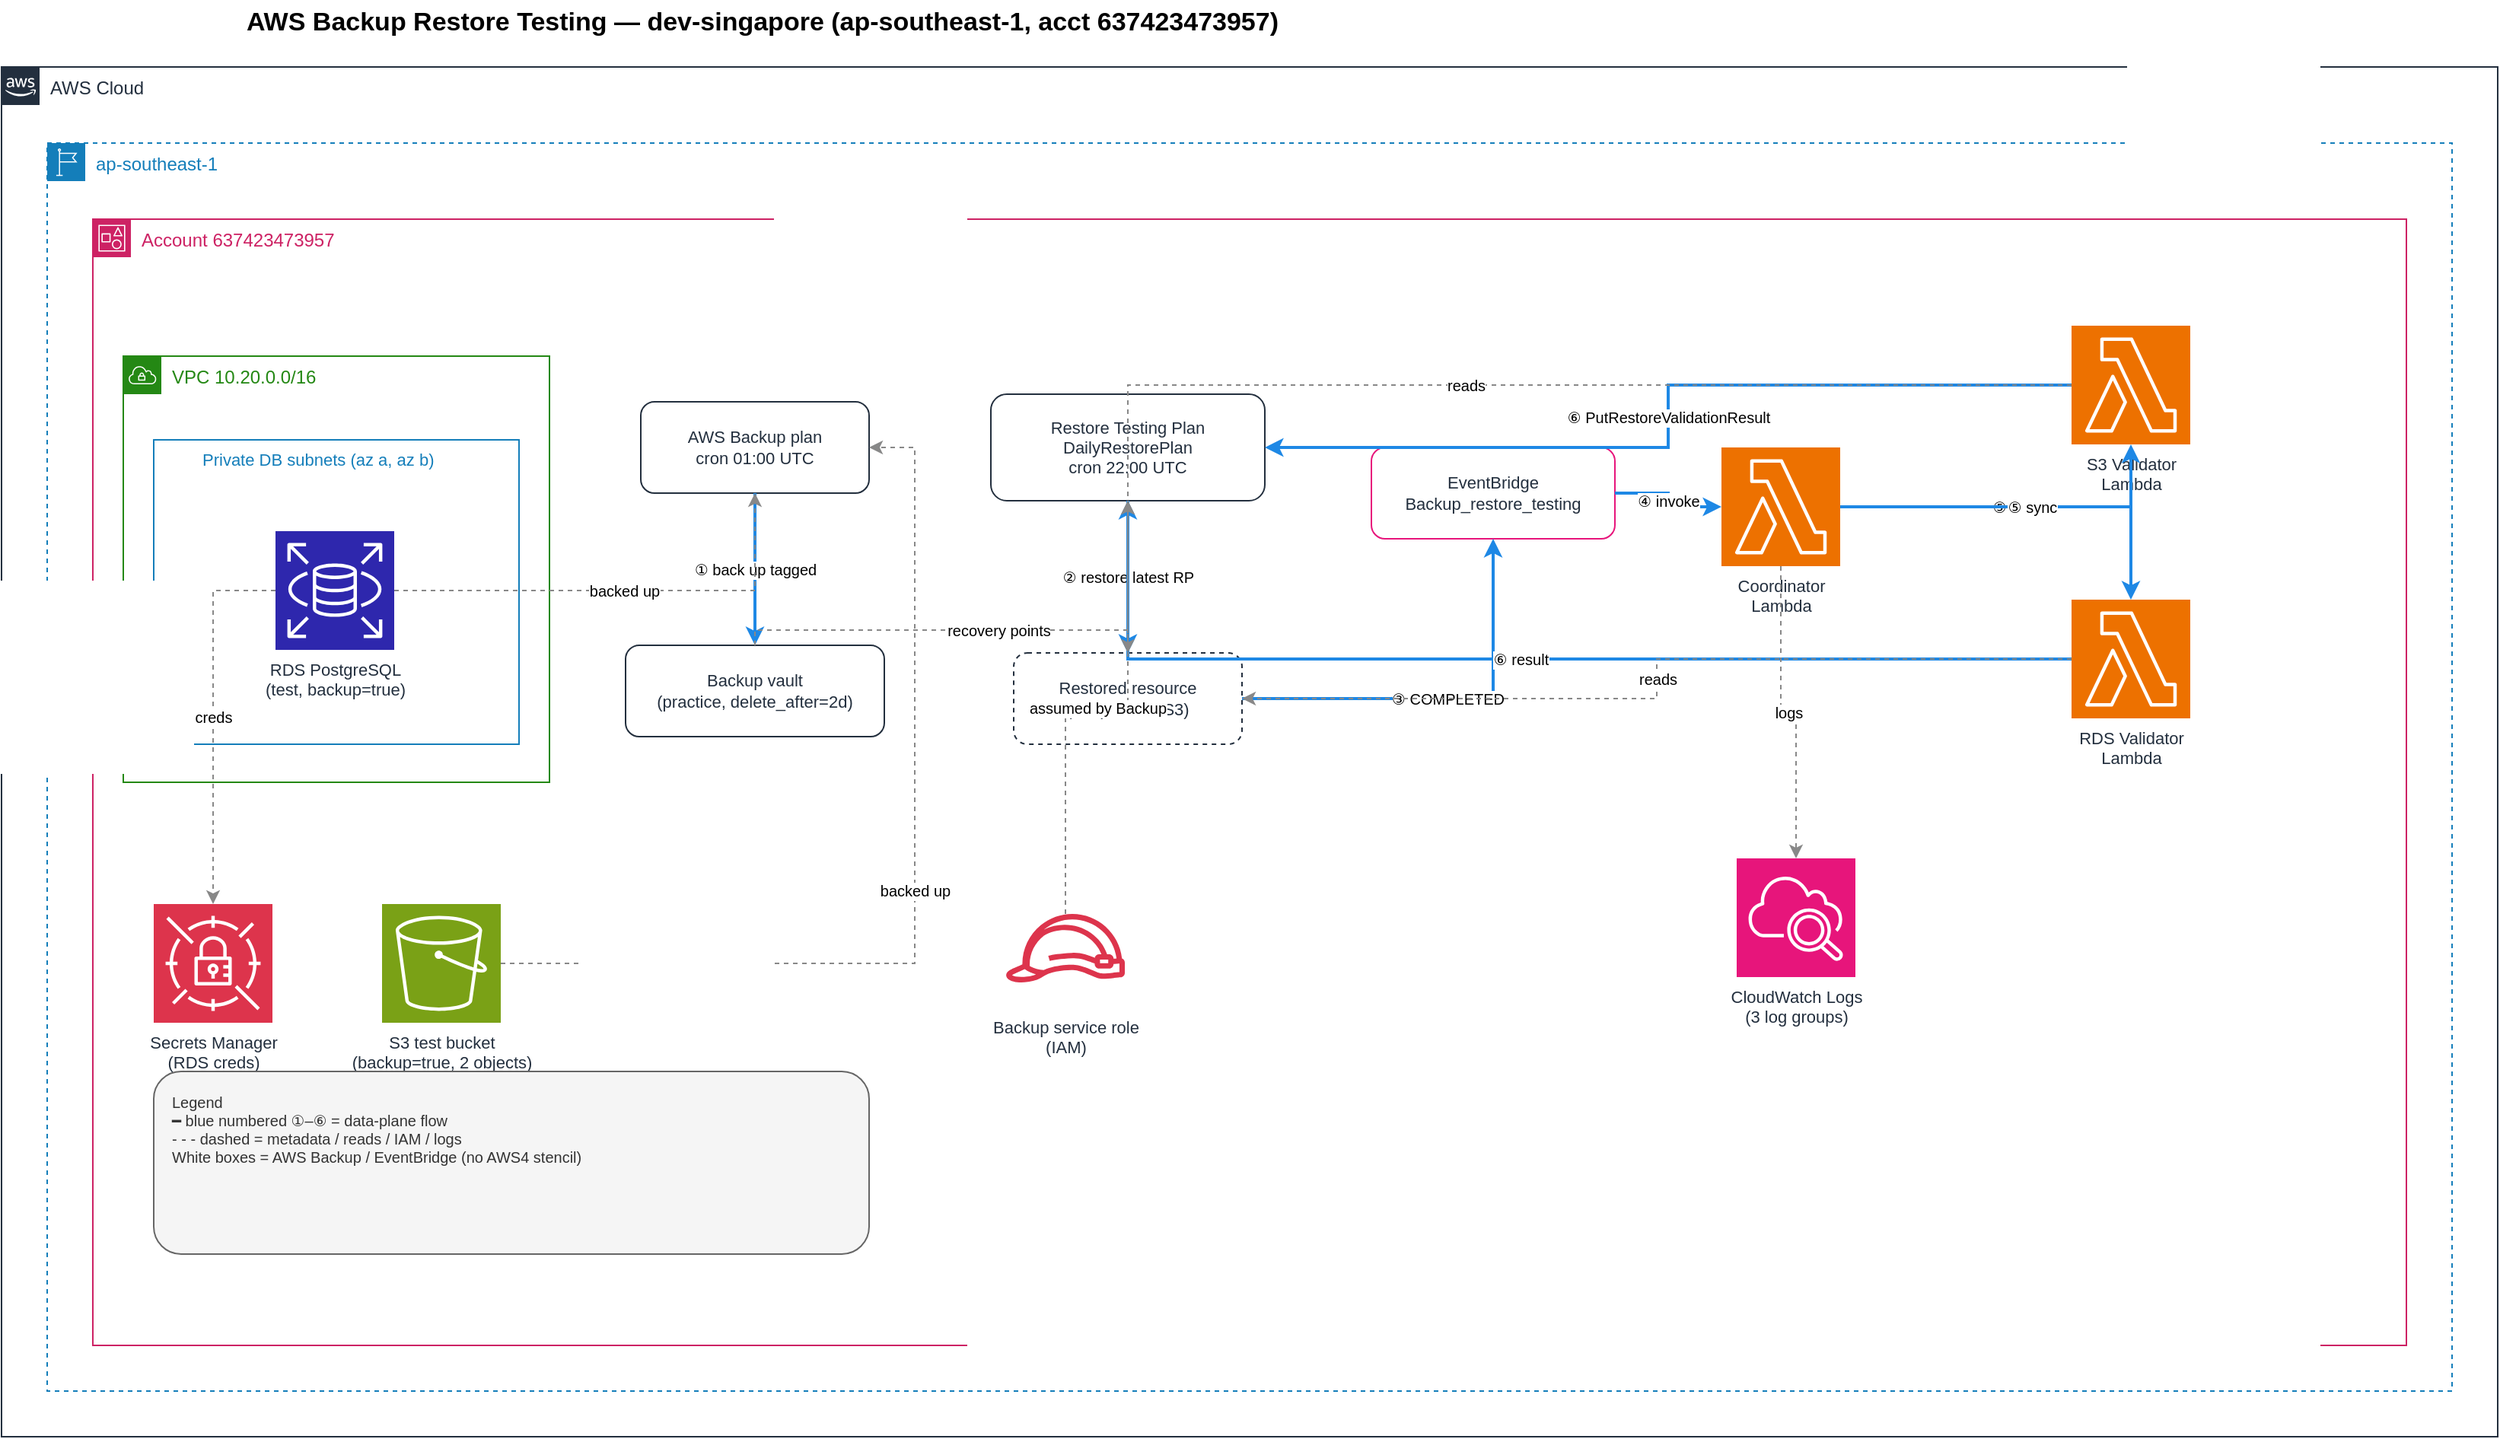
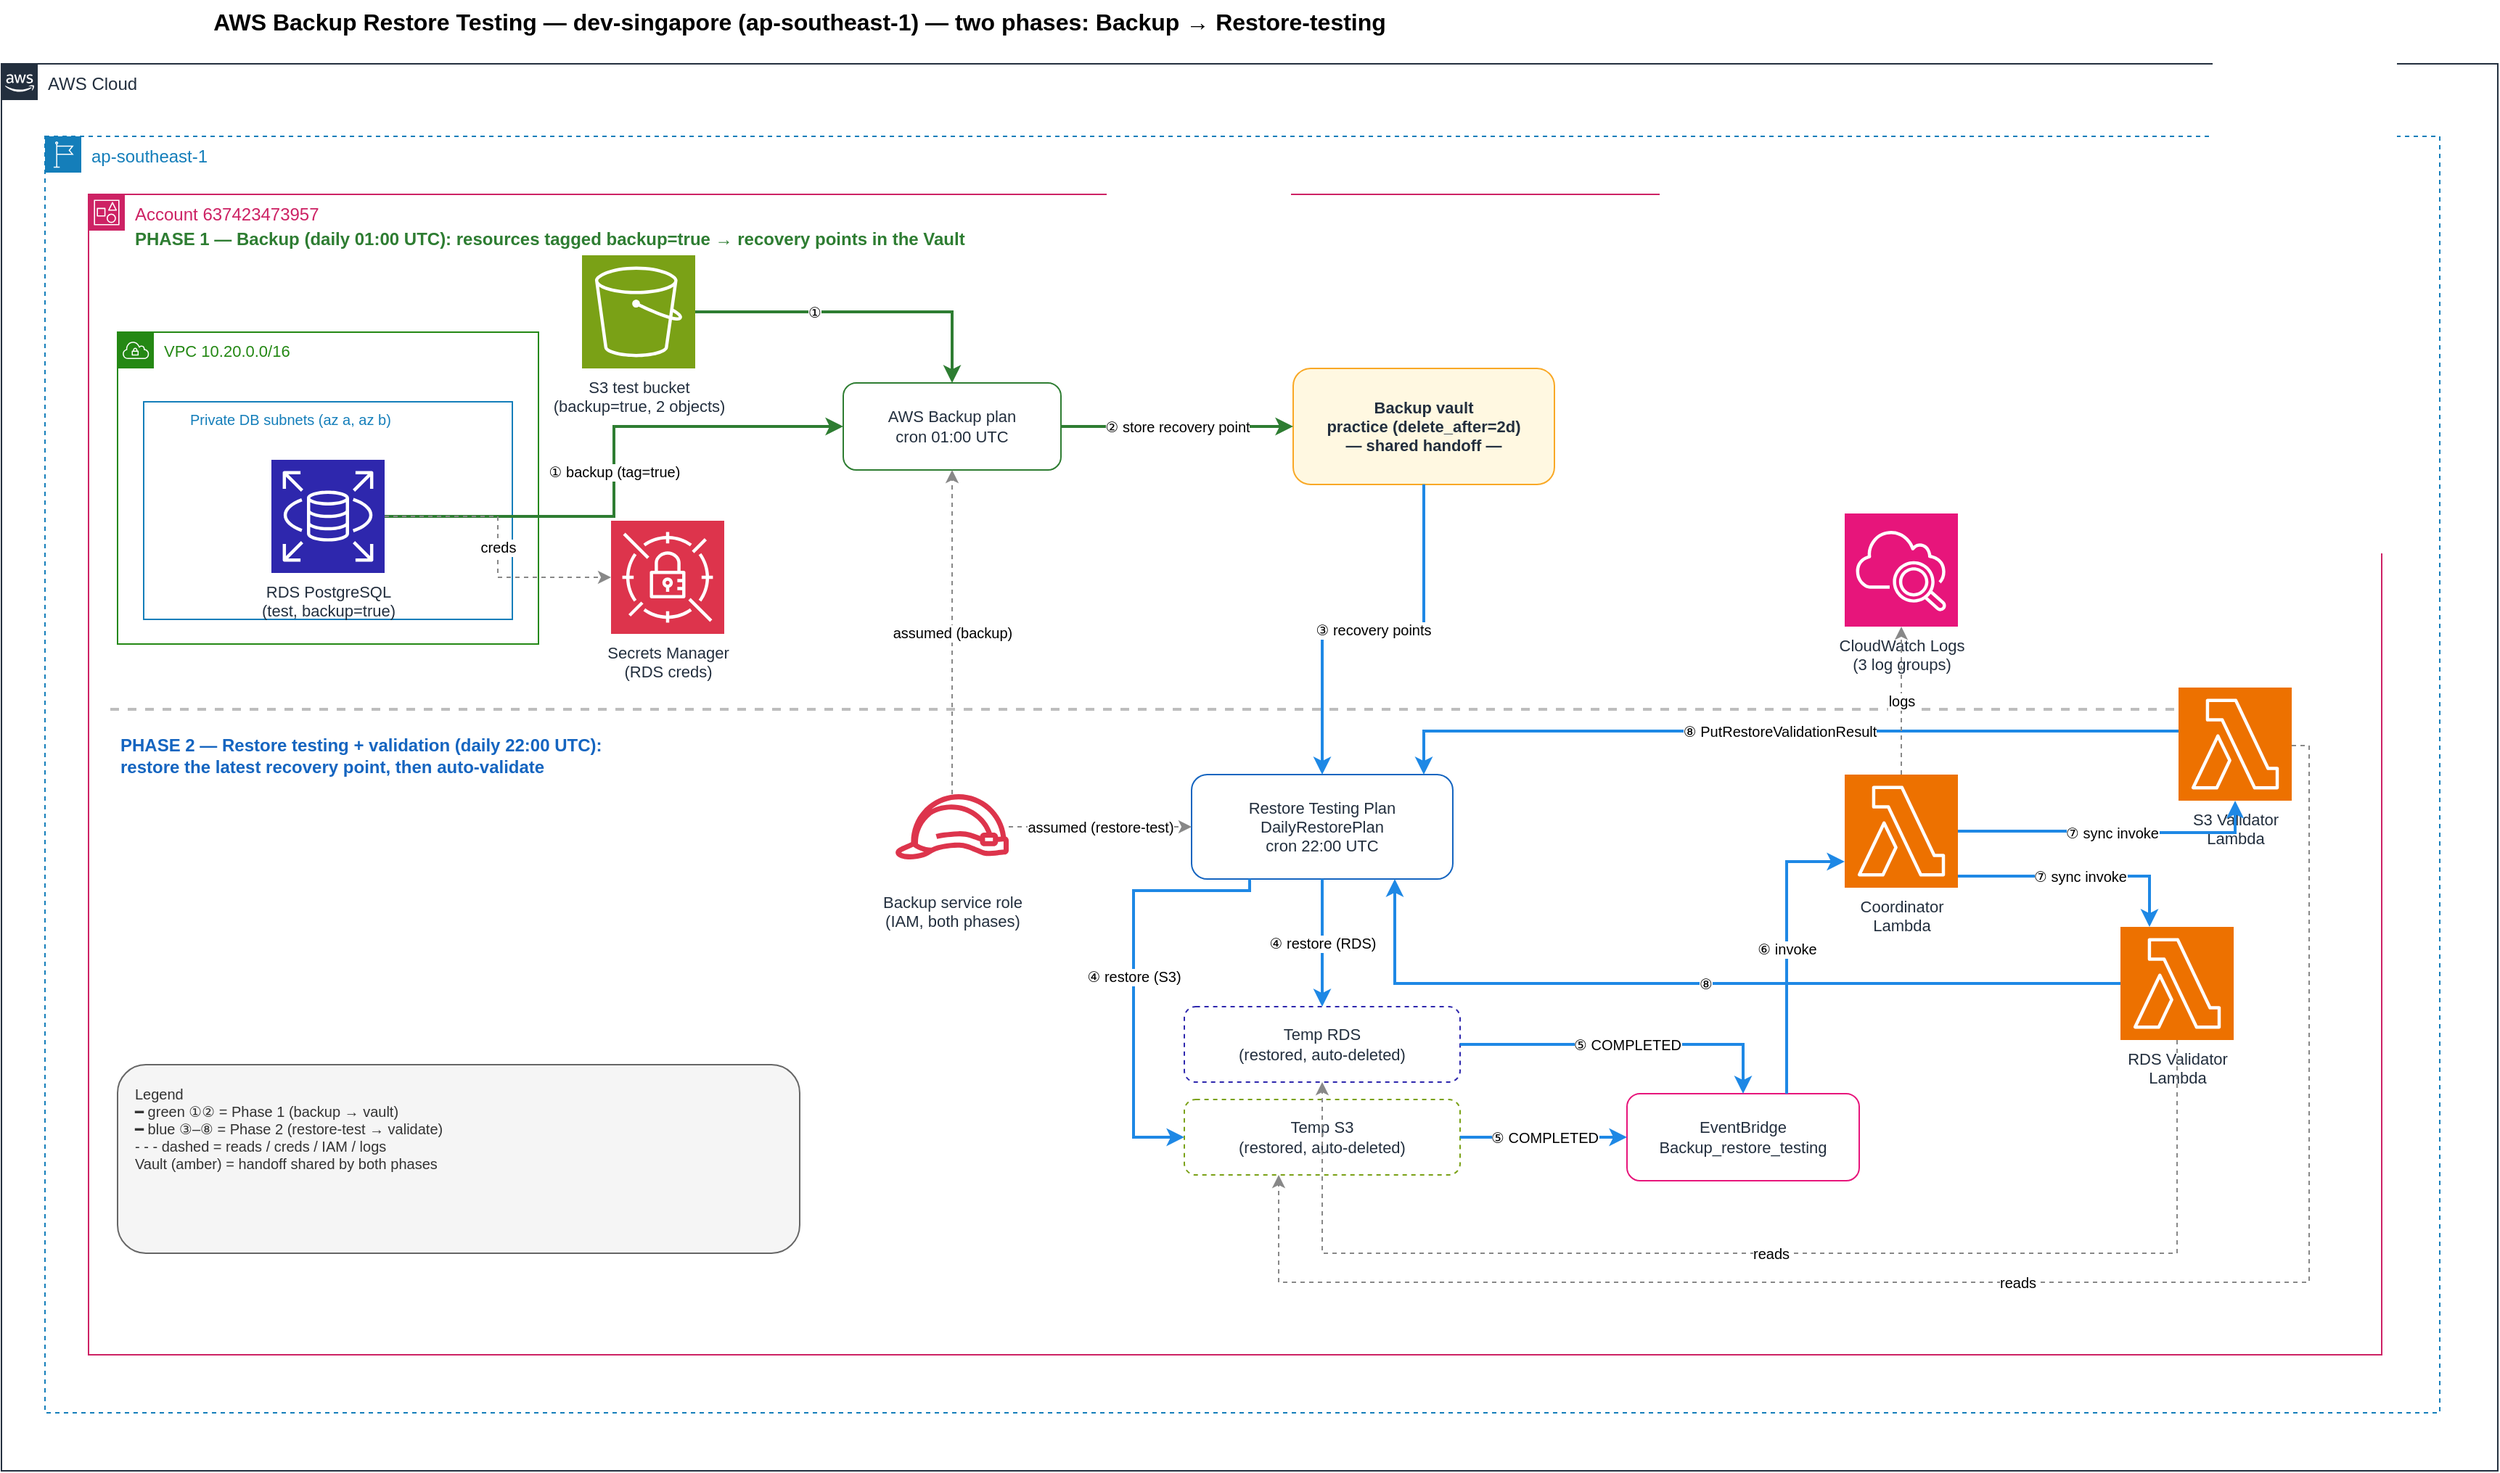
<mxfile host="Electron" agent="Mozilla/5.0 (X11; Linux x86_64) AppleWebKit/537.36 (KHTML, like Gecko) draw.io/26.0.9 Chrome/128.0.6613.186 Electron/32.2.5 Safari/537.36" version="26.0.9">
  <diagram name="Infrastructure" id="infra-dev-singapore">
    <mxGraphModel dx="1434" dy="879" grid="1" gridSize="10" guides="1" tooltips="1" connect="1" arrows="1" fold="1" page="1" pageScale="1" pageWidth="1720" pageHeight="1040" math="0" shadow="0">
      <root>
        <mxCell id="0" />
        <mxCell id="1" parent="0" />
-         <mxCell id="title" value="AWS Backup Restore Testing — dev-singapore (ap-southeast-1, acct 637423473957)" style="text;html=1;align=center;verticalAlign=middle;whiteSpace=wrap;fontStyle=1;fontSize=17;" parent="1" vertex="1">
-           <mxGeometry x="40" y="16" width="1000" height="30" as="geometry" />
+         <mxCell id="title" value="AWS Backup Restore Testing — dev-singapore (ap-southeast-1) — two phases: Backup → Restore-testing" style="text;html=1;align=center;verticalAlign=middle;whiteSpace=wrap;fontStyle=1;fontSize=16;" parent="1" vertex="1">
+           <mxGeometry x="40" y="16" width="1100" height="30" as="geometry" />
        </mxCell>
        <mxCell id="cloud" value="AWS Cloud" style="points=[[0,0],[0.25,0],[0.5,0],[0.75,0],[1,0],[1,0.25],[1,0.5],[1,0.75],[1,1],[0.75,1],[0.5,1],[0.25,1],[0,1],[0,0.75],[0,0.5],[0,0.25]];outlineConnect=0;gradientColor=none;html=1;whiteSpace=wrap;fontSize=12;container=1;pointerEvents=0;collapsible=0;recursiveResize=0;shape=mxgraph.aws4.group;grIcon=mxgraph.aws4.group_aws_cloud_alt;strokeColor=#232F3E;fillColor=none;verticalAlign=top;align=left;spacingLeft=30;fontColor=#232F3E;dashed=0;" parent="1" vertex="1">
-           <mxGeometry x="40" y="60" width="1640" height="900" as="geometry" />
+           <mxGeometry x="40" y="60" width="1720" height="970" as="geometry" />
        </mxCell>
        <mxCell id="region" value="ap-southeast-1" style="points=[[0,0],[0.25,0],[0.5,0],[0.75,0],[1,0],[1,0.25],[1,0.5],[1,0.75],[1,1],[0.75,1],[0.5,1],[0.25,1],[0,1],[0,0.75],[0,0.5],[0,0.25]];outlineConnect=0;gradientColor=none;html=1;whiteSpace=wrap;fontSize=12;container=1;pointerEvents=0;collapsible=0;recursiveResize=0;shape=mxgraph.aws4.group;grIcon=mxgraph.aws4.group_region;strokeColor=#147EBA;fillColor=none;verticalAlign=top;align=left;spacingLeft=30;fontColor=#147EBA;dashed=1;" parent="cloud" vertex="1">
-           <mxGeometry x="30" y="50" width="1580" height="820" as="geometry" />
+           <mxGeometry x="30" y="50" width="1650" height="880" as="geometry" />
        </mxCell>
        <mxCell id="account" value="Account 637423473957" style="points=[[0,0],[0.25,0],[0.5,0],[0.75,0],[1,0],[1,0.25],[1,0.5],[1,0.75],[1,1],[0.75,1],[0.5,1],[0.25,1],[0,1],[0,0.75],[0,0.5],[0,0.25]];outlineConnect=0;gradientColor=none;html=1;whiteSpace=wrap;fontSize=12;container=1;pointerEvents=0;collapsible=0;recursiveResize=0;shape=mxgraph.aws4.group;grIcon=mxgraph.aws4.group_account;strokeColor=#CD2264;fillColor=none;verticalAlign=top;align=left;spacingLeft=30;fontColor=#CD2264;dashed=0;" parent="region" vertex="1">
-           <mxGeometry x="30" y="50" width="1520" height="740" as="geometry" />
+           <mxGeometry x="30" y="40" width="1580" height="800" as="geometry" />
        </mxCell>
-         <mxCell id="vpc" value="VPC 10.20.0.0/16" style="points=[[0,0],[0.25,0],[0.5,0],[0.75,0],[1,0],[1,0.25],[1,0.5],[1,0.75],[1,1],[0.75,1],[0.5,1],[0.25,1],[0,1],[0,0.75],[0,0.5],[0,0.25]];outlineConnect=0;gradientColor=none;html=1;whiteSpace=wrap;fontSize=12;container=1;pointerEvents=0;collapsible=0;recursiveResize=0;shape=mxgraph.aws4.group;grIcon=mxgraph.aws4.group_vpc;strokeColor=#248814;fillColor=none;verticalAlign=top;align=left;spacingLeft=30;fontColor=#248814;dashed=0;" parent="account" vertex="1">
-           <mxGeometry x="20" y="90" width="280" height="280" as="geometry" />
+         <mxCell id="banner1" value="PHASE 1 — Backup (daily 01:00 UTC): resources tagged backup=true → recovery points in the Vault" style="text;html=1;align=left;verticalAlign=middle;whiteSpace=wrap;fontStyle=1;fontSize=12;fontColor=#2E7D32;" parent="account" vertex="1">
+           <mxGeometry x="30" y="20" width="1000" height="22" as="geometry" />
        </mxCell>
-         <mxCell id="priv" value="Private DB subnets (az a, az b)" style="points=[[0,0],[0.25,0],[0.5,0],[0.75,0],[1,0],[1,0.25],[1,0.5],[1,0.75],[1,1],[0.75,1],[0.5,1],[0.25,1],[0,1],[0,0.75],[0,0.5],[0,0.25]];outlineConnect=0;gradientColor=none;html=1;whiteSpace=wrap;fontSize=11;container=1;pointerEvents=0;collapsible=0;recursiveResize=0;shape=mxgraph.aws4.group;grIcon=mxgraph.aws4.group_private_subnet;strokeColor=#147EBA;fillColor=none;verticalAlign=top;align=left;spacingLeft=30;fontColor=#147EBA;dashed=0;" parent="vpc" vertex="1">
-           <mxGeometry x="20" y="55" width="240" height="200" as="geometry" />
+         <mxCell id="divider" value="" style="line;strokeWidth=2;strokeColor=#BDBDBD;dashed=1;html=1;" parent="account" vertex="1">
+           <mxGeometry x="15" y="350" width="1490" height="10" as="geometry" />
+         </mxCell>
+         <mxCell id="banner2" value="PHASE 2 — Restore testing + validation (daily 22:00 UTC): restore the latest recovery point, then auto-validate" style="text;html=1;align=left;verticalAlign=middle;whiteSpace=wrap;fontStyle=1;fontSize=12;fontColor=#1565C0;" parent="account" vertex="1">
+           <mxGeometry x="20" y="364" width="360" height="46" as="geometry" />
+         </mxCell>
+         <mxCell id="vpc" value="VPC 10.20.0.0/16" style="points=[[0,0],[0.25,0],[0.5,0],[0.75,0],[1,0],[1,0.25],[1,0.5],[1,0.75],[1,1],[0.75,1],[0.5,1],[0.25,1],[0,1],[0,0.75],[0,0.5],[0,0.25]];outlineConnect=0;gradientColor=none;html=1;whiteSpace=wrap;fontSize=11;container=1;pointerEvents=0;collapsible=0;recursiveResize=0;shape=mxgraph.aws4.group;grIcon=mxgraph.aws4.group_vpc;strokeColor=#248814;fillColor=none;verticalAlign=top;align=left;spacingLeft=30;fontColor=#248814;dashed=0;" parent="account" vertex="1">
+           <mxGeometry x="20" y="95" width="290" height="215" as="geometry" />
+         </mxCell>
+         <mxCell id="priv" value="Private DB subnets (az a, az b)" style="points=[[0,0],[0.25,0],[0.5,0],[0.75,0],[1,0],[1,0.25],[1,0.5],[1,0.75],[1,1],[0.75,1],[0.5,1],[0.25,1],[0,1],[0,0.75],[0,0.5],[0,0.25]];outlineConnect=0;gradientColor=none;html=1;whiteSpace=wrap;fontSize=10;container=1;pointerEvents=0;collapsible=0;recursiveResize=0;shape=mxgraph.aws4.group;grIcon=mxgraph.aws4.group_private_subnet;strokeColor=#147EBA;fillColor=none;verticalAlign=top;align=left;spacingLeft=30;fontColor=#147EBA;dashed=0;" parent="vpc" vertex="1">
+           <mxGeometry x="18" y="48" width="254" height="150" as="geometry" />
        </mxCell>
        <mxCell id="rds" value="RDS PostgreSQL&#xa;(test, backup=true)" style="sketch=0;points=[[0,0,0],[0.25,0,0],[0.5,0,0],[0.75,0,0],[1,0,0],[0,1,0],[0.25,1,0],[0.5,1,0],[0.75,1,0],[1,1,0],[0,0.25,0],[0,0.5,0],[0,0.75,0],[1,0.25,0],[1,0.5,0],[1,0.75,0]];outlineConnect=0;fontColor=#232F3E;gradientColor=none;fillColor=#2E27AD;strokeColor=#ffffff;dashed=0;verticalLabelPosition=bottom;verticalAlign=top;align=center;html=1;fontSize=11;aspect=fixed;shape=mxgraph.aws4.resourceIcon;resIcon=mxgraph.aws4.rds;" parent="priv" vertex="1">
-           <mxGeometry x="80" y="60" width="78" height="78" as="geometry" />
+           <mxGeometry x="88" y="40" width="78" height="78" as="geometry" />
+         </mxCell>
+         <mxCell id="s3" value="S3 test bucket&#xa;(backup=true, 2 objects)" style="sketch=0;points=[[0,0,0],[0.25,0,0],[0.5,0,0],[0.75,0,0],[1,0,0],[0,1,0],[0.25,1,0],[0.5,1,0],[0.75,1,0],[1,1,0],[0,0.25,0],[0,0.5,0],[0,0.75,0],[1,0.25,0],[1,0.5,0],[1,0.75,0]];outlineConnect=0;fontColor=#232F3E;gradientColor=none;fillColor=#7AA116;strokeColor=#ffffff;dashed=0;verticalLabelPosition=bottom;verticalAlign=top;align=center;html=1;fontSize=11;aspect=fixed;shape=mxgraph.aws4.resourceIcon;resIcon=mxgraph.aws4.s3;" parent="account" vertex="1">
+           <mxGeometry x="340" y="42" width="78" height="78" as="geometry" />
        </mxCell>
        <mxCell id="secrets" value="Secrets Manager&#xa;(RDS creds)" style="sketch=0;points=[[0,0,0],[0.25,0,0],[0.5,0,0],[0.75,0,0],[1,0,0],[0,1,0],[0.25,1,0],[0.5,1,0],[0.75,1,0],[1,1,0],[0,0.25,0],[0,0.5,0],[0,0.75,0],[1,0.25,0],[1,0.5,0],[1,0.75,0]];outlineConnect=0;fontColor=#232F3E;gradientColor=none;fillColor=#DD344C;strokeColor=#ffffff;dashed=0;verticalLabelPosition=bottom;verticalAlign=top;align=center;html=1;fontSize=11;aspect=fixed;shape=mxgraph.aws4.resourceIcon;resIcon=mxgraph.aws4.secrets_manager;" parent="account" vertex="1">
-           <mxGeometry x="40" y="450" width="78" height="78" as="geometry" />
+           <mxGeometry x="360" y="225" width="78" height="78" as="geometry" />
        </mxCell>
-         <mxCell id="s3" value="S3 test bucket&#xa;(backup=true, 2 objects)" style="sketch=0;points=[[0,0,0],[0.25,0,0],[0.5,0,0],[0.75,0,0],[1,0,0],[0,1,0],[0.25,1,0],[0.5,1,0],[0.75,1,0],[1,1,0],[0,0.25,0],[0,0.5,0],[0,0.75,0],[1,0.25,0],[1,0.5,0],[1,0.75,0]];outlineConnect=0;fontColor=#232F3E;gradientColor=none;fillColor=#7AA116;strokeColor=#ffffff;dashed=0;verticalLabelPosition=bottom;verticalAlign=top;align=center;html=1;fontSize=11;aspect=fixed;shape=mxgraph.aws4.resourceIcon;resIcon=mxgraph.aws4.s3;" parent="account" vertex="1">
-           <mxGeometry x="190" y="450" width="78" height="78" as="geometry" />
+         <mxCell id="plan" value="AWS Backup plan&#xa;cron 01:00 UTC" style="rounded=1;whiteSpace=wrap;html=1;fillColor=#FFFFFF;strokeColor=#2E7D32;fontColor=#232F3E;fontSize=11;" parent="account" vertex="1">
+           <mxGeometry x="520" y="130" width="150" height="60" as="geometry" />
        </mxCell>
-         <mxCell id="plan" value="AWS Backup plan&#xa;cron 01:00 UTC" style="rounded=1;whiteSpace=wrap;html=1;fillColor=#FFFFFF;strokeColor=#232F3E;fontColor=#232F3E;fontSize=11;" parent="account" vertex="1">
-           <mxGeometry x="360" y="120" width="150" height="60" as="geometry" />
+         <mxCell id="vault" value="Backup vault&#xa;practice (delete_after=2d)&#xa;— shared handoff —" style="rounded=1;whiteSpace=wrap;html=1;fillColor=#FFF8E1;strokeColor=#F9A825;fontColor=#232F3E;fontSize=11;fontStyle=1;" parent="account" vertex="1">
+           <mxGeometry x="830" y="120" width="180" height="80" as="geometry" />
        </mxCell>
-         <mxCell id="vault" value="Backup vault&#xa;(practice, delete_after=2d)" style="rounded=1;whiteSpace=wrap;html=1;fillColor=#FFFFFF;strokeColor=#232F3E;fontColor=#232F3E;fontSize=11;" parent="account" vertex="1">
-           <mxGeometry x="350" y="280" width="170" height="60" as="geometry" />
+         <mxCell id="rtp" value="Restore Testing Plan&#xa;DailyRestorePlan&#xa;cron 22:00 UTC" style="rounded=1;whiteSpace=wrap;html=1;fillColor=#FFFFFF;strokeColor=#1565C0;fontColor=#232F3E;fontSize=11;" parent="account" vertex="1">
+           <mxGeometry x="760" y="400" width="180" height="72" as="geometry" />
        </mxCell>
-         <mxCell id="rtp" value="Restore Testing Plan&#xa;DailyRestorePlan&#xa;cron 22:00 UTC" style="rounded=1;whiteSpace=wrap;html=1;fillColor=#FFFFFF;strokeColor=#232F3E;fontColor=#232F3E;fontSize=11;" parent="account" vertex="1">
-           <mxGeometry x="590" y="115" width="180" height="70" as="geometry" />
+         <mxCell id="restored" value="Temp RDS&#xa;(restored, auto-deleted)" style="rounded=1;whiteSpace=wrap;html=1;fillColor=#FFFFFF;strokeColor=#2E27AD;fontColor=#232F3E;fontSize=11;dashed=1;" parent="account" vertex="1">
+           <mxGeometry x="755" y="560" width="190" height="52" as="geometry" />
        </mxCell>
-         <mxCell id="restored" value="Restored resource&#xa;(temp RDS / S3)" style="rounded=1;whiteSpace=wrap;html=1;fillColor=#FFFFFF;strokeColor=#232F3E;fontColor=#232F3E;fontSize=11;dashed=1;" parent="account" vertex="1">
-           <mxGeometry x="605" y="285" width="150" height="60" as="geometry" />
+         <mxCell id="restored_s3" value="Temp S3&#xa;(restored, auto-deleted)" style="rounded=1;whiteSpace=wrap;html=1;fillColor=#FFFFFF;strokeColor=#7AA116;fontColor=#232F3E;fontSize=11;dashed=1;" parent="account" vertex="1">
+           <mxGeometry x="755" y="624" width="190" height="52" as="geometry" />
        </mxCell>
        <mxCell id="eb" value="EventBridge&#xa;Backup_restore_testing" style="rounded=1;whiteSpace=wrap;html=1;fillColor=#FFFFFF;strokeColor=#E7157B;fontColor=#232F3E;fontSize=11;" parent="account" vertex="1">
-           <mxGeometry x="840" y="150" width="160" height="60" as="geometry" />
+           <mxGeometry x="1060" y="620" width="160" height="60" as="geometry" />
        </mxCell>
        <mxCell id="coord" value="Coordinator&#xa;Lambda" style="sketch=0;points=[[0,0,0],[0.25,0,0],[0.5,0,0],[0.75,0,0],[1,0,0],[0,1,0],[0.25,1,0],[0.5,1,0],[0.75,1,0],[1,1,0],[0,0.25,0],[0,0.5,0],[0,0.75,0],[1,0.25,0],[1,0.5,0],[1,0.75,0]];outlineConnect=0;fontColor=#232F3E;gradientColor=none;fillColor=#ED7100;strokeColor=#ffffff;dashed=0;verticalLabelPosition=bottom;verticalAlign=top;align=center;html=1;fontSize=11;aspect=fixed;shape=mxgraph.aws4.resourceIcon;resIcon=mxgraph.aws4.lambda;" parent="account" vertex="1">
-           <mxGeometry x="1070" y="150" width="78" height="78" as="geometry" />
+           <mxGeometry x="1210" y="400" width="78" height="78" as="geometry" />
        </mxCell>
        <mxCell id="vs3" value="S3 Validator&#xa;Lambda" style="sketch=0;points=[[0,0,0],[0.25,0,0],[0.5,0,0],[0.75,0,0],[1,0,0],[0,1,0],[0.25,1,0],[0.5,1,0],[0.75,1,0],[1,1,0],[0,0.25,0],[0,0.5,0],[0,0.75,0],[1,0.25,0],[1,0.5,0],[1,0.75,0]];outlineConnect=0;fontColor=#232F3E;gradientColor=none;fillColor=#ED7100;strokeColor=#ffffff;dashed=0;verticalLabelPosition=bottom;verticalAlign=top;align=center;html=1;fontSize=11;aspect=fixed;shape=mxgraph.aws4.resourceIcon;resIcon=mxgraph.aws4.lambda;" parent="account" vertex="1">
-           <mxGeometry x="1300" y="70" width="78" height="78" as="geometry" />
+           <mxGeometry x="1440" y="340" width="78" height="78" as="geometry" />
        </mxCell>
        <mxCell id="vrds" value="RDS Validator&#xa;Lambda" style="sketch=0;points=[[0,0,0],[0.25,0,0],[0.5,0,0],[0.75,0,0],[1,0,0],[0,1,0],[0.25,1,0],[0.5,1,0],[0.75,1,0],[1,1,0],[0,0.25,0],[0,0.5,0],[0,0.75,0],[1,0.25,0],[1,0.5,0],[1,0.75,0]];outlineConnect=0;fontColor=#232F3E;gradientColor=none;fillColor=#ED7100;strokeColor=#ffffff;dashed=0;verticalLabelPosition=bottom;verticalAlign=top;align=center;html=1;fontSize=11;aspect=fixed;shape=mxgraph.aws4.resourceIcon;resIcon=mxgraph.aws4.lambda;" parent="account" vertex="1">
-           <mxGeometry x="1300" y="250" width="78" height="78" as="geometry" />
+           <mxGeometry x="1400" y="505" width="78" height="78" as="geometry" />
        </mxCell>
        <mxCell id="cw" value="CloudWatch Logs&#xa;(3 log groups)" style="sketch=0;points=[[0,0,0],[0.25,0,0],[0.5,0,0],[0.75,0,0],[1,0,0],[0,1,0],[0.25,1,0],[0.5,1,0],[0.75,1,0],[1,1,0],[0,0.25,0],[0,0.5,0],[0,0.75,0],[1,0.25,0],[1,0.5,0],[1,0.75,0]];outlineConnect=0;fontColor=#232F3E;gradientColor=none;fillColor=#E7157B;strokeColor=#ffffff;dashed=0;verticalLabelPosition=bottom;verticalAlign=top;align=center;html=1;fontSize=11;aspect=fixed;shape=mxgraph.aws4.resourceIcon;resIcon=mxgraph.aws4.cloudwatch_2;" parent="account" vertex="1">
-           <mxGeometry x="1080" y="420" width="78" height="78" as="geometry" />
+           <mxGeometry x="1210" y="220" width="78" height="78" as="geometry" />
        </mxCell>
-         <mxCell id="role" value="Backup service role&#xa;(IAM)" style="sketch=0;points=[[0,0,0],[0.25,0,0],[0.5,0,0],[0.75,0,0],[1,0,0],[0,1,0],[0.25,1,0],[0.5,1,0],[0.75,1,0],[1,1,0],[0,0.25,0],[0,0.5,0],[0,0.75,0],[1,0.25,0],[1,0.5,0],[1,0.75,0]];outlineConnect=0;fontColor=#232F3E;gradientColor=none;fillColor=#DD344C;strokeColor=#ffffff;dashed=0;verticalLabelPosition=bottom;verticalAlign=top;align=center;html=1;fontSize=11;aspect=fixed;shape=mxgraph.aws4.role;resIcon=mxgraph.aws4.identity_and_access_management_iam;" parent="account" vertex="1">
-           <mxGeometry x="600" y="440" width="78" height="78" as="geometry" />
+         <mxCell id="role" value="Backup service role&#xa;(IAM, both phases)" style="sketch=0;points=[[0,0,0],[0.25,0,0],[0.5,0,0],[0.75,0,0],[1,0,0],[0,1,0],[0.25,1,0],[0.5,1,0],[0.75,1,0],[1,1,0],[0,0.25,0],[0,0.5,0],[0,0.75,0],[1,0.25,0],[1,0.5,0],[1,0.75,0]];outlineConnect=0;fontColor=#232F3E;gradientColor=none;fillColor=#DD344C;strokeColor=#ffffff;dashed=0;verticalLabelPosition=bottom;verticalAlign=top;align=center;html=1;fontSize=11;aspect=fixed;shape=mxgraph.aws4.role;resIcon=mxgraph.aws4.identity_and_access_management_iam;" parent="account" vertex="1">
+           <mxGeometry x="556" y="397" width="78" height="78" as="geometry" />
        </mxCell>
-         <mxCell id="legend" value="Legend&#xa;━ blue numbered ①–⑥ = data-plane flow&#xa;- - - dashed = metadata / reads / IAM / logs&#xa;White boxes = AWS Backup / EventBridge (no AWS4 stencil)" style="rounded=1;whiteSpace=wrap;html=1;fillColor=#F5F5F5;strokeColor=#666666;fontColor=#333333;fontSize=10;align=left;spacingLeft=10;verticalAlign=top;spacingTop=8;" parent="account" vertex="1">
-           <mxGeometry x="40" y="560" width="470" height="120" as="geometry" />
+         <mxCell id="legend" value="Legend&#xa;━ green ①② = Phase 1 (backup → vault)&#xa;━ blue ③–⑧ = Phase 2 (restore-test → validate)&#xa;- - - dashed = reads / creds / IAM / logs&#xa;Vault (amber) = handoff shared by both phases" style="rounded=1;whiteSpace=wrap;html=1;fillColor=#F5F5F5;strokeColor=#666666;fontColor=#333333;fontSize=10;align=left;spacingLeft=10;verticalAlign=top;spacingTop=8;" parent="account" vertex="1">
+           <mxGeometry x="20" y="600" width="470" height="130" as="geometry" />
        </mxCell>
-         <mxCell id="e1" value="① back up tagged" style="edgeStyle=orthogonalEdgeStyle;rounded=0;orthogonalLoop=1;jettySize=auto;html=1;fontSize=10;strokeColor=#1E88E5;strokeWidth=2;" parent="1" source="plan" target="vault" edge="1">
+         <mxCell id="p1a" value="① backup (tag=true)" style="edgeStyle=orthogonalEdgeStyle;rounded=0;orthogonalLoop=1;jettySize=auto;html=1;fontSize=10;strokeColor=#2E7D32;strokeWidth=2;" parent="1" source="rds" target="plan" edge="1">
          <mxGeometry relative="1" as="geometry" />
        </mxCell>
-         <mxCell id="e2" value="② restore latest RP" style="edgeStyle=orthogonalEdgeStyle;rounded=0;orthogonalLoop=1;jettySize=auto;html=1;fontSize=10;strokeColor=#1E88E5;strokeWidth=2;" parent="1" source="rtp" target="restored" edge="1">
+         <mxCell id="p1b" value="①" style="edgeStyle=orthogonalEdgeStyle;rounded=0;orthogonalLoop=1;jettySize=auto;html=1;fontSize=10;strokeColor=#2E7D32;strokeWidth=2;exitX=1;exitY=0.5;exitDx=0;exitDy=0;exitPerimeter=0;" parent="1" source="s3" target="plan" edge="1">
+           <mxGeometry x="-0.2743" relative="1" as="geometry">
+             <Array as="points">
+               <mxPoint x="695" y="231" />
+             </Array>
+             <mxPoint as="offset" />
+           </mxGeometry>
+         </mxCell>
+         <mxCell id="p2" value="② store recovery point" style="edgeStyle=orthogonalEdgeStyle;rounded=0;orthogonalLoop=1;jettySize=auto;html=1;fontSize=10;strokeColor=#2E7D32;strokeWidth=2;" parent="1" source="plan" target="vault" edge="1">
          <mxGeometry relative="1" as="geometry" />
        </mxCell>
-         <mxCell id="e3" value="③ COMPLETED" style="edgeStyle=orthogonalEdgeStyle;rounded=0;orthogonalLoop=1;jettySize=auto;html=1;fontSize=10;strokeColor=#1E88E5;strokeWidth=2;" parent="1" source="restored" target="eb" edge="1">
+         <mxCell id="p3" value="③ recovery points" style="edgeStyle=orthogonalEdgeStyle;rounded=0;orthogonalLoop=1;jettySize=auto;html=1;fontSize=10;strokeColor=#1E88E5;strokeWidth=2;" parent="1" source="vault" target="rtp" edge="1">
          <mxGeometry relative="1" as="geometry" />
        </mxCell>
-         <mxCell id="e4" value="④ invoke" style="edgeStyle=orthogonalEdgeStyle;rounded=0;orthogonalLoop=1;jettySize=auto;html=1;fontSize=10;strokeColor=#1E88E5;strokeWidth=2;" parent="1" source="eb" target="coord" edge="1">
+         <mxCell id="p4" value="④ restore (RDS)" style="edgeStyle=orthogonalEdgeStyle;rounded=0;orthogonalLoop=1;jettySize=auto;html=1;fontSize=10;strokeColor=#1E88E5;strokeWidth=2;" parent="1" source="rtp" target="restored" edge="1">
          <mxGeometry relative="1" as="geometry" />
        </mxCell>
-         <mxCell id="e5a" value="⑤ sync" style="edgeStyle=orthogonalEdgeStyle;rounded=0;orthogonalLoop=1;jettySize=auto;html=1;fontSize=10;strokeColor=#1E88E5;strokeWidth=2;" parent="1" source="coord" target="vs3" edge="1">
-           <mxGeometry relative="1" as="geometry" />
-         </mxCell>
-         <mxCell id="e5b" value="⑤ sync" style="edgeStyle=orthogonalEdgeStyle;rounded=0;orthogonalLoop=1;jettySize=auto;html=1;fontSize=10;strokeColor=#1E88E5;strokeWidth=2;" parent="1" source="coord" target="vrds" edge="1">
-           <mxGeometry relative="1" as="geometry" />
-         </mxCell>
-         <mxCell id="e6a" value="⑥ PutRestoreValidationResult" style="edgeStyle=orthogonalEdgeStyle;rounded=0;orthogonalLoop=1;jettySize=auto;html=1;fontSize=10;strokeColor=#1E88E5;strokeWidth=2;" parent="1" source="vs3" target="rtp" edge="1">
-           <mxGeometry relative="1" as="geometry" />
-         </mxCell>
-         <mxCell id="e6b" value="⑥ result" style="edgeStyle=orthogonalEdgeStyle;rounded=0;orthogonalLoop=1;jettySize=auto;html=1;fontSize=10;strokeColor=#1E88E5;strokeWidth=2;" parent="1" source="vrds" target="rtp" edge="1">
-           <mxGeometry relative="1" as="geometry" />
-         </mxCell>
-         <mxCell id="d1" value="backed up" style="edgeStyle=orthogonalEdgeStyle;rounded=0;orthogonalLoop=1;jettySize=auto;html=1;fontSize=10;dashed=1;strokeColor=#888888;" parent="1" source="rds" target="plan" edge="1">
-           <mxGeometry relative="1" as="geometry" />
-         </mxCell>
-         <mxCell id="d2" value="backed up" style="edgeStyle=orthogonalEdgeStyle;rounded=0;orthogonalLoop=1;jettySize=auto;html=1;fontSize=10;dashed=1;strokeColor=#888888;" parent="1" source="s3" target="plan" edge="1">
+         <mxCell id="p4b" value="④ restore (S3)" style="edgeStyle=orthogonalEdgeStyle;rounded=0;orthogonalLoop=1;jettySize=auto;html=1;fontSize=10;strokeColor=#1E88E5;strokeWidth=2;" parent="1" source="rtp" target="restored_s3" edge="1">
          <mxGeometry relative="1" as="geometry">
            <Array as="points">
-               <mxPoint x="640" y="649" />
-               <mxPoint x="640" y="310" />
+               <mxPoint x="900" y="630" />
+               <mxPoint x="820" y="630" />
+               <mxPoint x="820" y="800" />
            </Array>
          </mxGeometry>
        </mxCell>
-         <mxCell id="d3" value="recovery points" style="edgeStyle=orthogonalEdgeStyle;rounded=0;orthogonalLoop=1;jettySize=auto;html=1;fontSize=10;dashed=1;strokeColor=#888888;" parent="1" source="vault" target="rtp" edge="1">
+         <mxCell id="p5" value="⑤ COMPLETED" style="edgeStyle=orthogonalEdgeStyle;rounded=0;orthogonalLoop=1;jettySize=auto;html=1;fontSize=10;strokeColor=#1E88E5;strokeWidth=2;" parent="1" source="restored" target="eb" edge="1">
+           <mxGeometry relative="1" as="geometry" />
+         </mxCell>
+         <mxCell id="p5b" value="⑤ COMPLETED" style="edgeStyle=orthogonalEdgeStyle;rounded=0;orthogonalLoop=1;jettySize=auto;html=1;fontSize=10;strokeColor=#1E88E5;strokeWidth=2;" parent="1" source="restored_s3" target="eb" edge="1">
+           <mxGeometry relative="1" as="geometry" />
+         </mxCell>
+         <mxCell id="p6" value="⑥ invoke" style="edgeStyle=orthogonalEdgeStyle;rounded=0;orthogonalLoop=1;jettySize=auto;html=1;fontSize=10;strokeColor=#1E88E5;strokeWidth=2;" parent="1" source="eb" target="coord" edge="1">
          <mxGeometry relative="1" as="geometry">
            <Array as="points">
-               <mxPoint x="535" y="430" />
-               <mxPoint x="780" y="430" />
+               <mxPoint x="1270" y="610" />
            </Array>
          </mxGeometry>
        </mxCell>
-         <mxCell id="d4" value="reads" style="edgeStyle=orthogonalEdgeStyle;rounded=0;orthogonalLoop=1;jettySize=auto;html=1;fontSize=10;dashed=1;strokeColor=#888888;" parent="1" source="vs3" target="restored" edge="1">
+         <mxCell id="p7a" value="⑦ sync invoke" style="edgeStyle=orthogonalEdgeStyle;rounded=0;orthogonalLoop=1;jettySize=auto;html=1;fontSize=10;strokeColor=#1E88E5;strokeWidth=2;" parent="1" source="coord" target="vs3" edge="1">
+           <mxGeometry relative="1" as="geometry">
+             <Array as="points">
+               <mxPoint x="1464" y="589" />
+               <mxPoint x="1464" y="590" />
+             </Array>
+           </mxGeometry>
+         </mxCell>
+         <mxCell id="p7b" value="⑦ sync invoke" style="edgeStyle=orthogonalEdgeStyle;rounded=0;orthogonalLoop=1;jettySize=auto;html=1;fontSize=10;strokeColor=#1E88E5;strokeWidth=2;" parent="1" source="coord" target="vrds" edge="1">
+           <mxGeometry relative="1" as="geometry">
+             <Array as="points">
+               <mxPoint x="1520" y="620" />
+             </Array>
+           </mxGeometry>
+         </mxCell>
+         <mxCell id="p8a" value="⑧ PutRestoreValidationResult" style="edgeStyle=orthogonalEdgeStyle;rounded=0;orthogonalLoop=1;jettySize=auto;html=1;fontSize=10;strokeColor=#1E88E5;strokeWidth=2;" parent="1" source="vs3" target="rtp" edge="1">
+           <mxGeometry relative="1" as="geometry">
+             <Array as="points">
+               <mxPoint x="1020" y="520" />
+             </Array>
+           </mxGeometry>
+         </mxCell>
+         <mxCell id="p8b" value="⑧" style="edgeStyle=orthogonalEdgeStyle;rounded=0;orthogonalLoop=1;jettySize=auto;html=1;fontSize=10;strokeColor=#1E88E5;strokeWidth=2;" parent="1" source="vrds" target="rtp" edge="1">
+           <mxGeometry relative="1" as="geometry">
+             <Array as="points">
+               <mxPoint x="1000" y="694" />
+             </Array>
+           </mxGeometry>
+         </mxCell>
+         <mxCell id="dx1" value="creds" style="edgeStyle=orthogonalEdgeStyle;rounded=0;orthogonalLoop=1;jettySize=auto;html=1;fontSize=10;dashed=1;strokeColor=#888888;" parent="1" source="rds" target="secrets" edge="1">
          <mxGeometry relative="1" as="geometry" />
        </mxCell>
-         <mxCell id="d5" value="reads" style="edgeStyle=orthogonalEdgeStyle;rounded=0;orthogonalLoop=1;jettySize=auto;html=1;fontSize=10;dashed=1;strokeColor=#888888;" parent="1" source="vrds" target="restored" edge="1">
+         <mxCell id="dx2" value="reads" style="edgeStyle=orthogonalEdgeStyle;rounded=0;orthogonalLoop=1;jettySize=auto;html=1;fontSize=10;dashed=1;strokeColor=#888888;" parent="1" source="vs3" target="restored_s3" edge="1">
+           <mxGeometry relative="1" as="geometry">
+             <Array as="points">
+               <mxPoint x="1630" y="530" />
+               <mxPoint x="1630" y="900" />
+               <mxPoint x="920" y="900" />
+             </Array>
+           </mxGeometry>
+         </mxCell>
+         <mxCell id="dx3" value="reads" style="edgeStyle=orthogonalEdgeStyle;rounded=0;orthogonalLoop=1;jettySize=auto;html=1;fontSize=10;dashed=1;strokeColor=#888888;" parent="1" source="vrds" target="restored" edge="1">
+           <mxGeometry relative="1" as="geometry">
+             <Array as="points">
+               <mxPoint x="1539" y="880" />
+               <mxPoint x="950" y="880" />
+             </Array>
+           </mxGeometry>
+         </mxCell>
+         <mxCell id="dx4" value="logs" style="edgeStyle=orthogonalEdgeStyle;rounded=0;orthogonalLoop=1;jettySize=auto;html=1;fontSize=10;dashed=1;strokeColor=#888888;" parent="1" source="coord" target="cw" edge="1">
          <mxGeometry relative="1" as="geometry" />
        </mxCell>
-         <mxCell id="d6" value="creds" style="edgeStyle=orthogonalEdgeStyle;rounded=0;orthogonalLoop=1;jettySize=auto;html=1;fontSize=10;dashed=1;strokeColor=#888888;" parent="1" source="rds" target="secrets" edge="1">
-           <mxGeometry relative="1" as="geometry" />
+         <mxCell id="dx5" value="assumed (backup)" style="edgeStyle=orthogonalEdgeStyle;rounded=0;orthogonalLoop=1;jettySize=auto;html=1;fontSize=10;dashed=1;strokeColor=#888888;" parent="1" source="role" target="plan" edge="1">
+           <mxGeometry relative="1" as="geometry">
+             <Array as="points">
+               <mxPoint x="695" y="530" />
+               <mxPoint x="695" y="530" />
+             </Array>
+           </mxGeometry>
        </mxCell>
-         <mxCell id="d7" value="logs" style="edgeStyle=orthogonalEdgeStyle;rounded=0;orthogonalLoop=1;jettySize=auto;html=1;fontSize=10;dashed=1;strokeColor=#888888;" parent="1" source="coord" target="cw" edge="1">
-           <mxGeometry relative="1" as="geometry" />
-         </mxCell>
-         <mxCell id="d8" value="assumed by Backup" style="edgeStyle=orthogonalEdgeStyle;rounded=0;orthogonalLoop=1;jettySize=auto;html=1;fontSize=10;dashed=1;strokeColor=#888888;" parent="1" source="role" target="rtp" edge="1">
+         <mxCell id="dx6" value="assumed (restore-test)" style="edgeStyle=orthogonalEdgeStyle;rounded=0;orthogonalLoop=1;jettySize=auto;html=1;fontSize=10;dashed=1;strokeColor=#888888;" parent="1" source="role" target="rtp" edge="1">
          <mxGeometry relative="1" as="geometry" />
        </mxCell>
      </root>
    </mxGraphModel>
  </diagram>
</mxfile>
